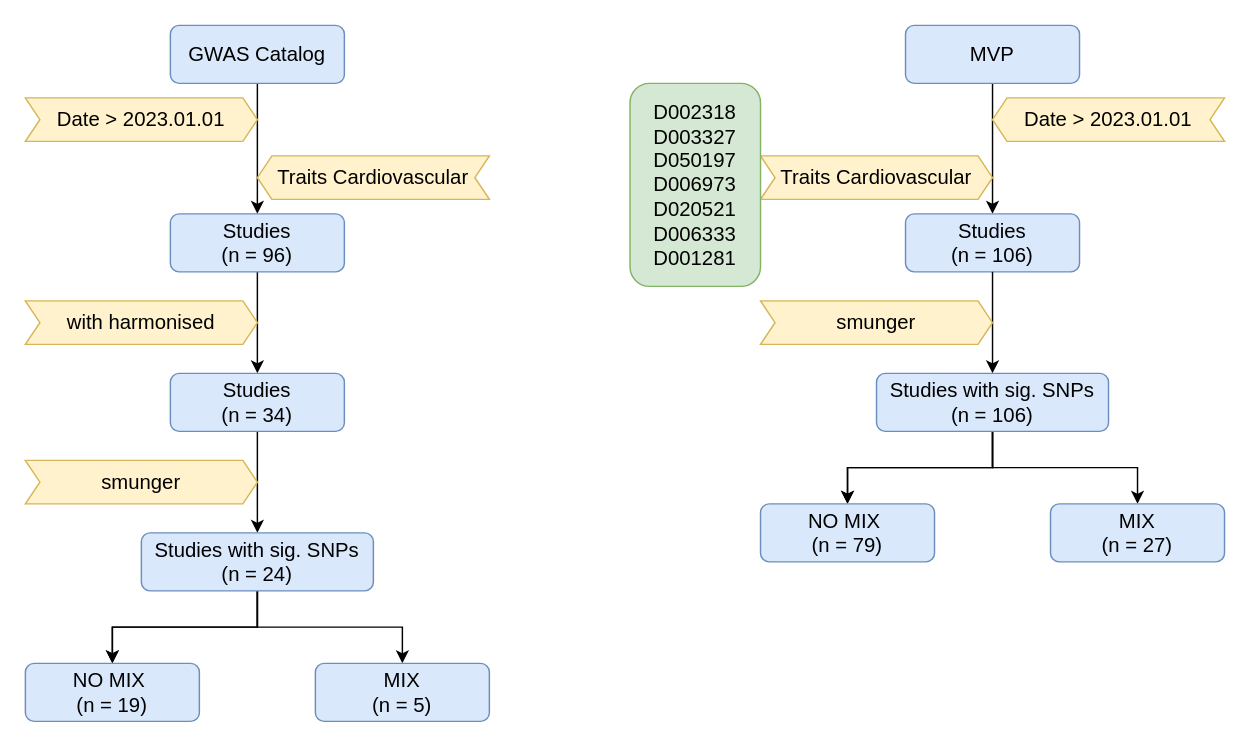
Before: 未命名绘图.drawio in jimmy-moqin/drawio, a draw.io diagram. Source tidied: cells renumbered, new cells numbered last; positions are measured from the earlier drawing's top-left corner, leaving out a move shared by most shapes. Both pictures are drawn from the tidied source at 145%, with x=0, y=0 at pixel (25, 25).
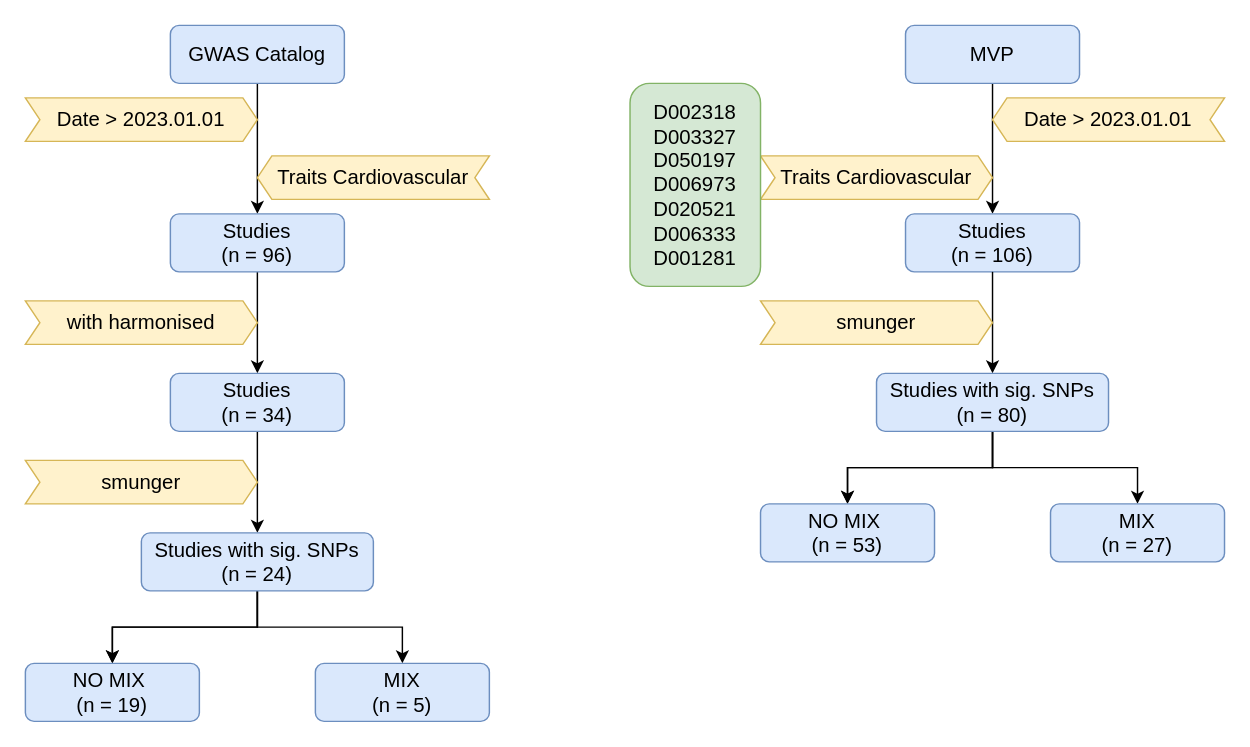
The same page after the edit.

Commit message:
更新未命名绘图.drawio

The edit, as a diff of the source:
```diff
@@
-    <mxCell id="27" value="Studies with sig. SNPs&lt;br&gt;(n = 106)" style="rounded=1;whiteSpace=wrap;html=1;fontSize=14;fillColor=#dae8fc;strokeColor=#6c8ebf;" parent="1" vertex="1">
+    <mxCell id="27" value="Studies with sig. SNPs&lt;br&gt;(n = 80)" style="rounded=1;whiteSpace=wrap;html=1;fontSize=14;fillColor=#dae8fc;strokeColor=#6c8ebf;" parent="1" vertex="1">
       <mxGeometry x="587" y="240" width="160" height="40" as="geometry" />
     </mxCell>
@@
-    <mxCell id="29" value="NO MIX&amp;nbsp;&lt;br&gt;(n = 79)" style="rounded=1;whiteSpace=wrap;html=1;fontSize=14;fillColor=#dae8fc;strokeColor=#6c8ebf;" parent="1" vertex="1">
+    <mxCell id="29" value="NO MIX&amp;nbsp;&lt;br&gt;(n = 53)" style="rounded=1;whiteSpace=wrap;html=1;fontSize=14;fillColor=#dae8fc;strokeColor=#6c8ebf;" parent="1" vertex="1">
       <mxGeometry x="507" y="330" width="120" height="40" as="geometry" />
     </mxCell>
```
